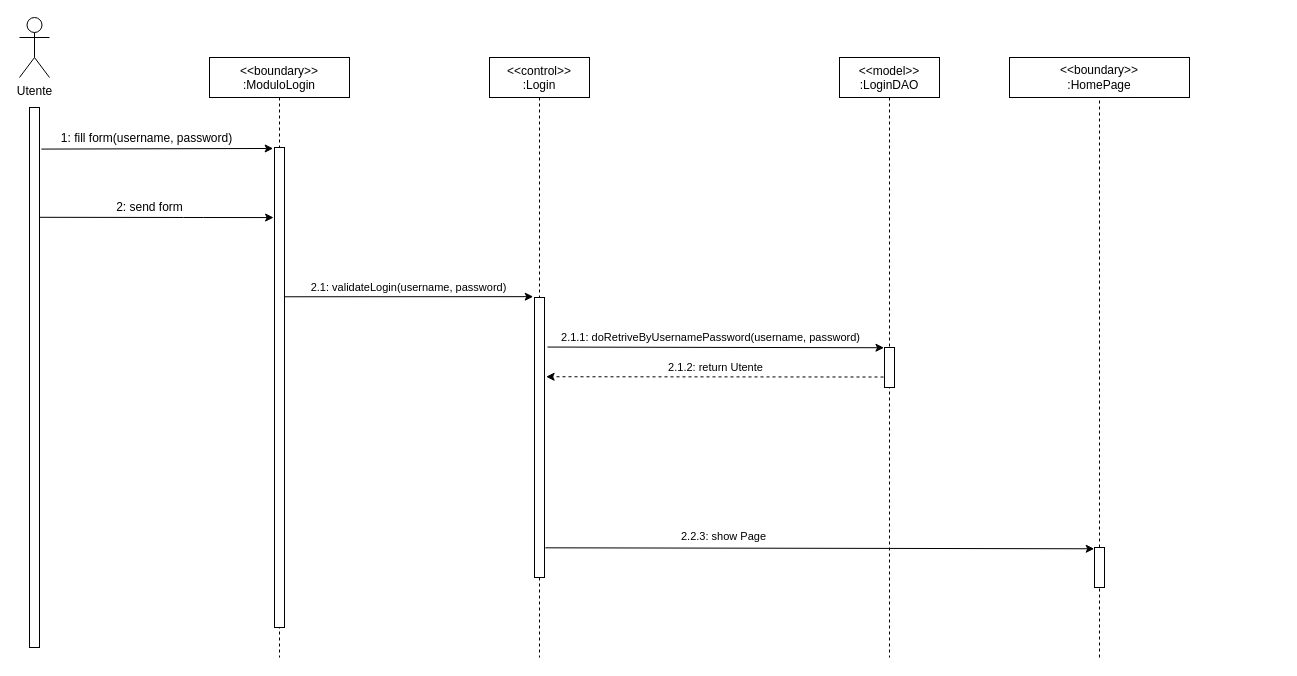
This is DELIVERABLES/RAD/Sequence Diagram/Sequence Diagram Login.drawio from cirofalcianoproductions/InfinityGames, a draw.io file, before an edit. Source tidied: cells renumbered, new cells numbered last; positions are measured from the earlier drawing's top-left corner, leaving out a move shared by most shapes. Both pictures are drawn from the tidied source at 100%, with x=0, y=0 at pixel (19, 17).
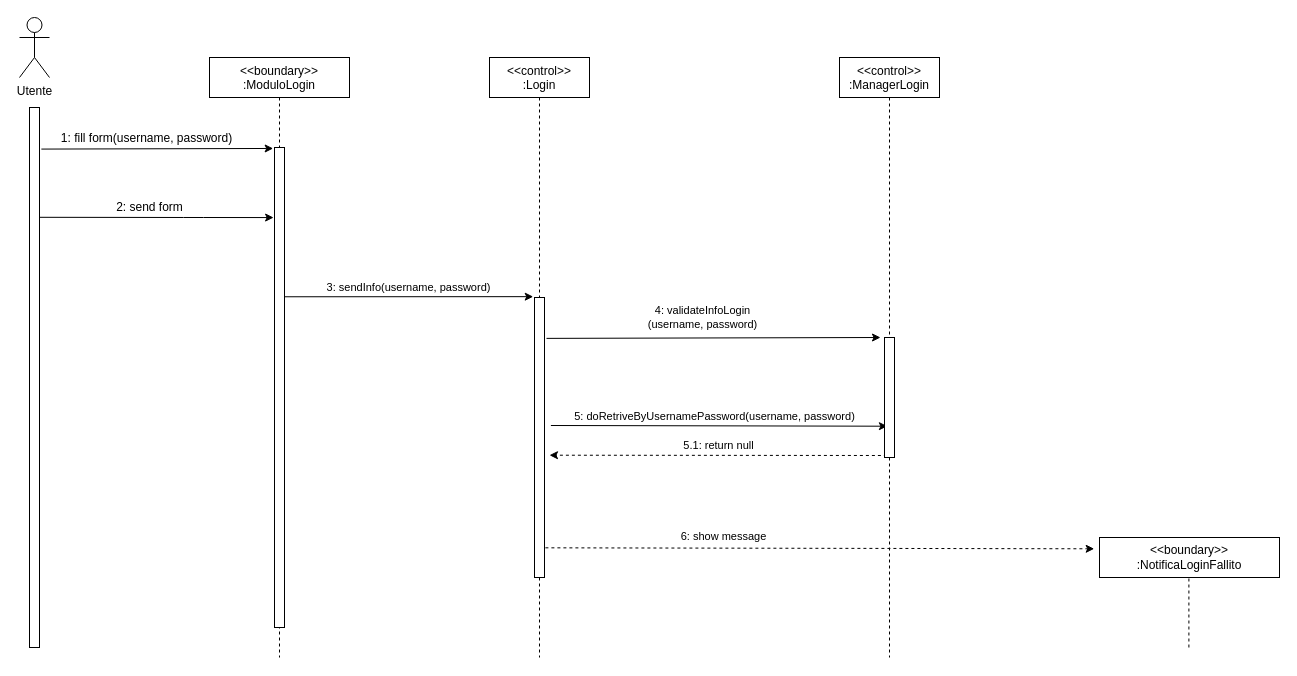
After the change.

Unchanged cells that the change refers to:
```xml
<mxCell id="5" style="points=[];perimeter=orthogonalPerimeter;rounded=0;shadow=0;strokeWidth=1;" parent="4" vertex="1">
  <mxGeometry x="45" y="240" width="10" height="280" as="geometry" />
</mxCell>
<mxCell id="11" style="endArrow=classic;html=1;entryX=-0.128;entryY=-0.003;entryDx=0;entryDy=0;entryPerimeter=0;exitX=1.039;exitY=0.311;exitDx=0;exitDy=0;exitPerimeter=0;" parent="1" edge="1" source="3" target="5">
  <mxGeometry relative="1" as="geometry" />
</mxCell>
```

Change to the diagram source:
```diff
@@
-    <mxCell id="12" value="2.1: validateLogin(username, password)" style="edgeLabel;html=1;align=center;verticalAlign=middle;" parent="11" vertex="1">
+    <mxCell id="12" value="3: sendInfo(username, password)" style="edgeLabel;html=1;align=center;verticalAlign=middle;" parent="11" vertex="1">
       <mxGeometry x="-0.15" y="1" relative="1" as="geometry">
         <mxPoint x="17.2" y="-8.8" as="offset" />
       </mxGeometry>
     </mxCell>
-    <mxCell id="13" value="&amp;lt;&amp;lt;boundary&amp;gt;&amp;gt;&lt;br&gt;:HomePage" style="rounded=0;whiteSpace=wrap;html=1;" parent="1" vertex="1">
-      <mxGeometry x="990" y="40" width="180" height="40" as="geometry" />
+    <mxCell id="13" value="&amp;lt;&amp;lt;boundary&amp;gt;&amp;gt;&lt;br&gt;:NotificaLoginFallito" style="rounded=0;whiteSpace=wrap;html=1;" parent="1" vertex="1">
+      <mxGeometry x="1080" y="520" width="180" height="40" as="geometry" />
     </mxCell>
-    <mxCell id="14" style="endArrow=none;dashed=1;html=1;entryX=0.5;entryY=1;entryDx=0;entryDy=0;" parent="1" edge="1" source="22" target="13">
-      <mxGeometry relative="1" as="geometry" />
-    </mxCell>
@@
-    <mxCell id="16" value="&lt;&lt;model&gt;&gt;&#10;:LoginDAO" style="shape=umlLifeline;perimeter=lifelinePerimeter;rounded=0;shadow=0;strokeWidth=1;fontStyle=0;" parent="1" vertex="1">
-      <mxGeometry x="820" y="40" width="100" height="600" as="geometry" />
-    </mxCell>
-    <mxCell id="17" style="points=[];perimeter=orthogonalPerimeter;rounded=0;shadow=0;strokeWidth=1;" parent="16" vertex="1">
-      <mxGeometry x="45" y="290" width="10" height="40" as="geometry" />
-    </mxCell>
-    <mxCell id="18" style="endArrow=classic;html=1;exitX=1.3;exitY=0.177;exitDx=0;exitDy=0;exitPerimeter=0;entryX=-0.05;entryY=0.006;entryDx=0;entryDy=0;entryPerimeter=0;" parent="1" edge="1" source="5" target="17">
-      <mxGeometry relative="1" as="geometry" />
+    <mxCell id="18" style="endArrow=classic;html=1;exitX=1.3;exitY=0.177;exitDx=0;exitDy=0;exitPerimeter=0;entryX=-0.05;entryY=0.006;entryDx=0;entryDy=0;entryPerimeter=0;" parent="1" edge="1">
+      <mxGeometry relative="1" as="geometry">
+        <mxPoint x="531.4" y="408" as="sourcePoint" />
+        <mxPoint x="867.9" y="408.7" as="targetPoint" />
+      </mxGeometry>
     </mxCell>
-    <mxCell id="19" value="2.1.1: doRetriveByUsernamePassword(username, password)" style="edgeLabel;html=1;align=center;verticalAlign=middle;" parent="18" vertex="1">
+    <mxCell id="19" value="5: doRetriveByUsernamePassword(username, password)" style="edgeLabel;html=1;align=center;verticalAlign=middle;" parent="18" vertex="1">
       <mxGeometry x="0.16" y="1" relative="1" as="geometry">
         <mxPoint x="-32.2" y="-9.4" as="offset" />
       </mxGeometry>
     </mxCell>
-    <mxCell id="20" style="endArrow=classic;html=1;exitX=-0.1;exitY=0.738;exitDx=0;exitDy=0;exitPerimeter=0;dashed=1;entryX=1.162;entryY=0.283;entryDx=0;entryDy=0;entryPerimeter=0;" parent="1" edge="1" source="17" target="5">
-      <mxGeometry relative="1" as="geometry" />
+    <mxCell id="20" style="endArrow=classic;html=1;exitX=-0.1;exitY=0.738;exitDx=0;exitDy=0;exitPerimeter=0;dashed=1;entryX=1.162;entryY=0.283;entryDx=0;entryDy=0;entryPerimeter=0;" parent="1" edge="1">
+      <mxGeometry relative="1" as="geometry">
+        <mxPoint x="867.4" y="438" as="sourcePoint" />
+        <mxPoint x="530" y="437.7" as="targetPoint" />
+      </mxGeometry>
     </mxCell>
-    <mxCell id="21" value="2.1.2: return Utente" style="edgeLabel;html=1;align=center;verticalAlign=middle;" parent="20" vertex="1">
+    <mxCell id="21" value="5.1: return null" style="edgeLabel;html=1;align=center;verticalAlign=middle;" parent="20" vertex="1">
       <mxGeometry y="-1" relative="1" as="geometry">
         <mxPoint y="-9.3" as="offset" />
       </mxGeometry>
     </mxCell>
-    <mxCell id="22" style="points=[];perimeter=orthogonalPerimeter;rounded=0;shadow=0;strokeWidth=1;" parent="1" vertex="1">
-      <mxGeometry x="1075" y="530" width="10" height="40" as="geometry" />
-    </mxCell>
-    <mxCell id="23" style="endArrow=none;dashed=1;html=1;entryX=0.5;entryY=1;entryDx=0;entryDy=0;" parent="1" edge="1" target="22">
+    <mxCell id="23" style="endArrow=none;dashed=1;html=1;entryX=0.5;entryY=1;entryDx=0;entryDy=0;" parent="1" edge="1">
       <mxGeometry relative="1" as="geometry">
-        <mxPoint x="1080" y="640" as="sourcePoint" />
+        <mxPoint x="1169.4" y="630" as="sourcePoint" />
+        <mxPoint x="1169.4" y="560" as="targetPoint" />
       </mxGeometry>
     </mxCell>
-    <mxCell id="24" style="endArrow=classic;html=1;exitX=1.09;exitY=0.894;exitDx=0;exitDy=0;exitPerimeter=0;entryX=-0.029;entryY=0.032;entryDx=0;entryDy=0;entryPerimeter=0;" parent="1" edge="1" source="5" target="22">
-      <mxGeometry relative="1" as="geometry" />
+    <mxCell id="24" style="endArrow=classic;html=1;exitX=1.09;exitY=0.894;exitDx=0;exitDy=0;exitPerimeter=0;entryX=-0.029;entryY=0.032;entryDx=0;entryDy=0;entryPerimeter=0;dashed=1;" parent="1" edge="1" source="5">
+      <mxGeometry relative="1" as="geometry">
+        <mxPoint x="1074.7" y="531.3" as="targetPoint" />
+      </mxGeometry>
     </mxCell>
-    <mxCell id="25" value="2.2.3: show Page" style="edgeLabel;html=1;align=center;verticalAlign=middle;" parent="24" vertex="1">
+    <mxCell id="25" value="6: show message" style="edgeLabel;html=1;align=center;verticalAlign=middle;" parent="24" vertex="1">
       <mxGeometry x="-0.35" relative="1" as="geometry">
         <mxPoint y="-12.5" as="offset" />
       </mxGeometry>
     </mxCell>
+    <mxCell id="26" value="&lt;&lt;control&gt;&gt;&#10;:ManagerLogin" style="shape=umlLifeline;perimeter=lifelinePerimeter;rounded=0;shadow=0;strokeWidth=1;fontStyle=0;" parent="1" vertex="1">
+      <mxGeometry x="820" y="40" width="100" height="600" as="geometry" />
+    </mxCell>
+    <mxCell id="27" style="points=[];perimeter=orthogonalPerimeter;rounded=0;shadow=0;strokeWidth=1;" parent="26" vertex="1">
+      <mxGeometry x="45" y="280" width="10" height="120" as="geometry" />
+    </mxCell>
+    <mxCell id="28" style="endArrow=classic;html=1;exitX=1.2;exitY=0.146;exitDx=0;exitDy=0;exitPerimeter=0;entryX=-0.4;entryY=0;entryDx=0;entryDy=0;entryPerimeter=0;" parent="1" edge="1" source="5" target="27">
+      <mxGeometry relative="1" as="geometry" />
+    </mxCell>
+    <mxCell id="29" value="4: validateInfoLogin&lt;br&gt;(username, password)" style="edgeLabel;html=1;align=center;verticalAlign=middle;" parent="28" vertex="1">
+      <mxGeometry x="-0.11" y="1" relative="1" as="geometry">
+        <mxPoint x="7" y="-19.5" as="offset" />
+      </mxGeometry>
+    </mxCell>
```
